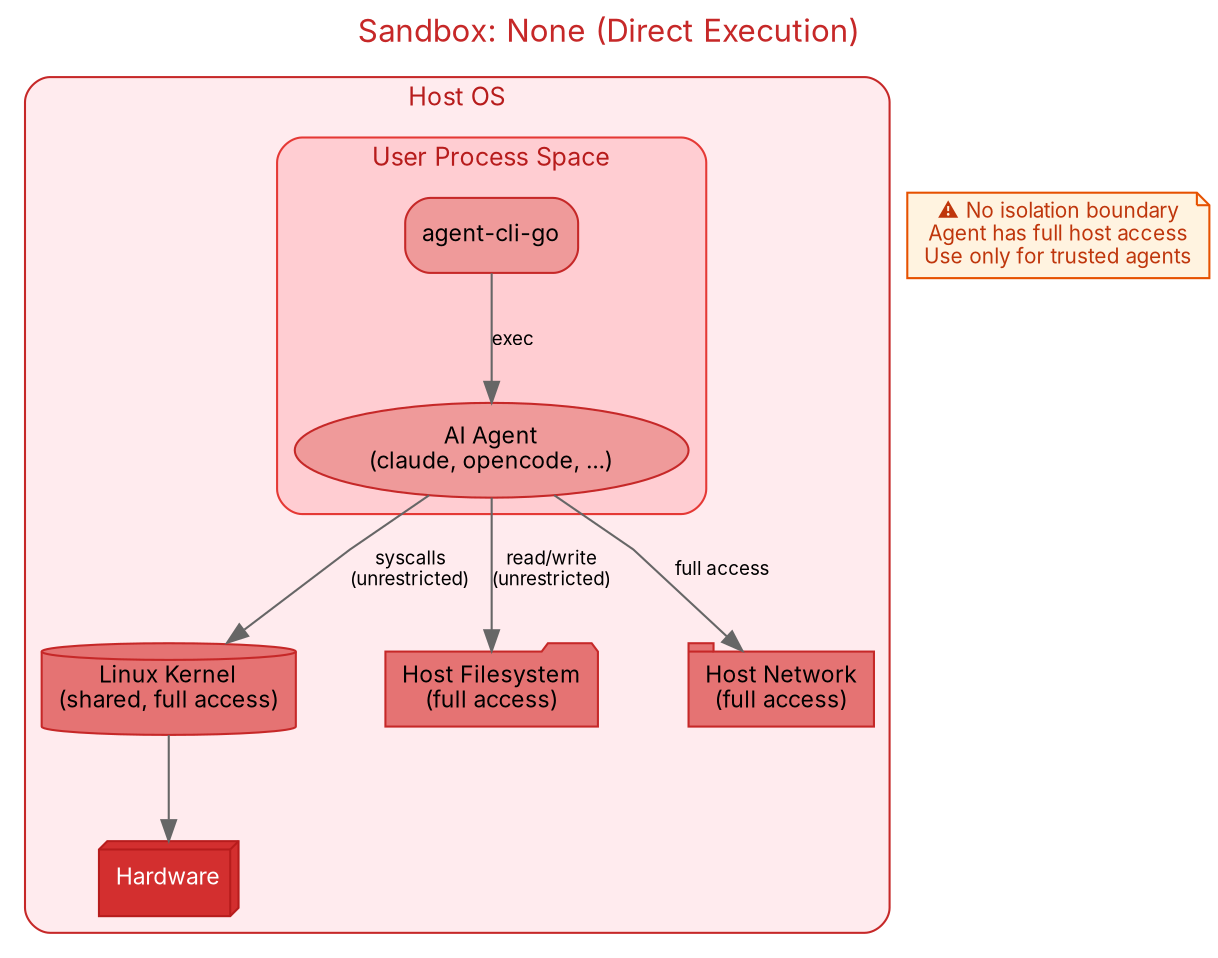
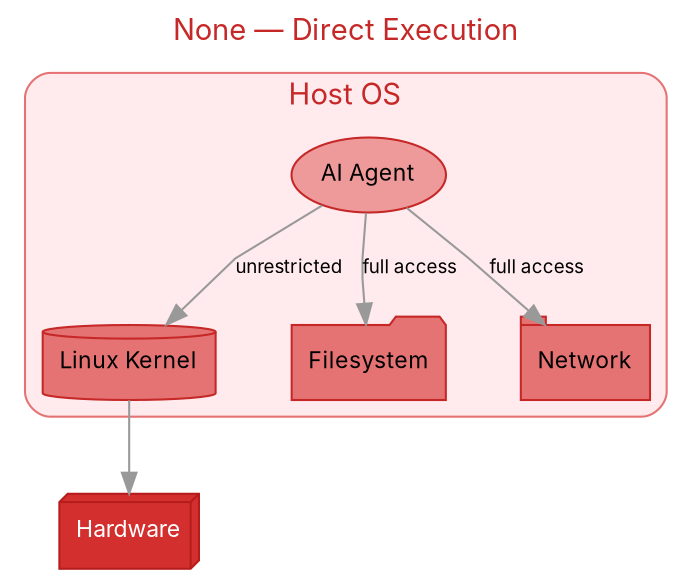
digraph SandboxNone {
  rankdir=TB;
-   compound=true;
  splines=polyline;
-   nodesep=0.6;
-   ranksep=0.7;
+   nodesep=0.5;
+   ranksep=0.6;
  bgcolor="white";

  node [shape=box, style="rounded,filled", fontname="Inter,Helvetica,Arial", fontsize=11];
-   edge [fontname="Inter,Helvetica,Arial", fontsize=9, color="#666666"];
+   edge [fontname="Inter,Helvetica,Arial", fontsize=9, color="#999999"];

-   label="Sandbox: None (Direct Execution)";
+   label="None — Direct Execution";
  labelloc=t;
-   fontsize=15;
+   fontsize=14;
  fontname="Inter,Helvetica,Arial";
  fontcolor="#c62828";

  subgraph cluster_host {
    label="Host OS";
    style="rounded,filled";
    fillcolor="#ffebee";
-     color="#c62828";
-     fontcolor="#b71c1c";
-     fontsize=12;
+     color="#e57373";

-     subgraph cluster_process {
-       label="User Process Space";
-       style="rounded,filled";
-       fillcolor="#ffcdd2";
-       color="#e53935";
-       fontcolor="#b71c1c";
- 
-       agent_cli [label="agent-cli-go", fillcolor="#ef9a9a", color="#c62828"];
-       agent [label="AI Agent\n(claude, opencode, ...)", fillcolor="#ef9a9a", color="#c62828", shape=ellipse];
-     }
- 
-     kernel [label="Linux Kernel\n(shared, full access)", fillcolor="#e57373", color="#c62828", shape=cylinder];
-     fs [label="Host Filesystem\n(full access)", fillcolor="#e57373", color="#c62828", shape=folder];
-     network [label="Host Network\n(full access)", fillcolor="#e57373", color="#c62828", shape=tab];
-     hw [label="Hardware", fillcolor="#d32f2f", fontcolor=white, color="#b71c1c", shape=box3d];
+     agent [label="AI Agent", fillcolor="#ef9a9a", color="#c62828", shape=ellipse];
+     kernel [label="Linux Kernel", fillcolor="#e57373", color="#c62828", shape=cylinder];
+     fs [label="Filesystem", fillcolor="#e57373", color="#c62828", shape=folder];
+     net [label="Network", fillcolor="#e57373", color="#c62828", shape=tab];
  }

-   agent_cli -> agent [label="exec"];
-   agent -> kernel [label="syscalls\n(unrestricted)"];
-   agent -> fs [label="read/write\n(unrestricted)"];
-   agent -> network [label="full access"];
+   hw [label="Hardware", fillcolor="#d32f2f", fontcolor=white, color="#b71c1c", shape=box3d];
+ 
+   agent -> kernel [label="unrestricted"];
+   agent -> fs [label="full access"];
+   agent -> net [label="full access"];
  kernel -> hw;
- 
-   // Warning
-   warning [label="⚠ No isolation boundary\nAgent has full host access\nUse only for trusted agents", shape=note, fillcolor="#fff3e0", color="#e65100", fontcolor="#bf360c", fontsize=10];
}
